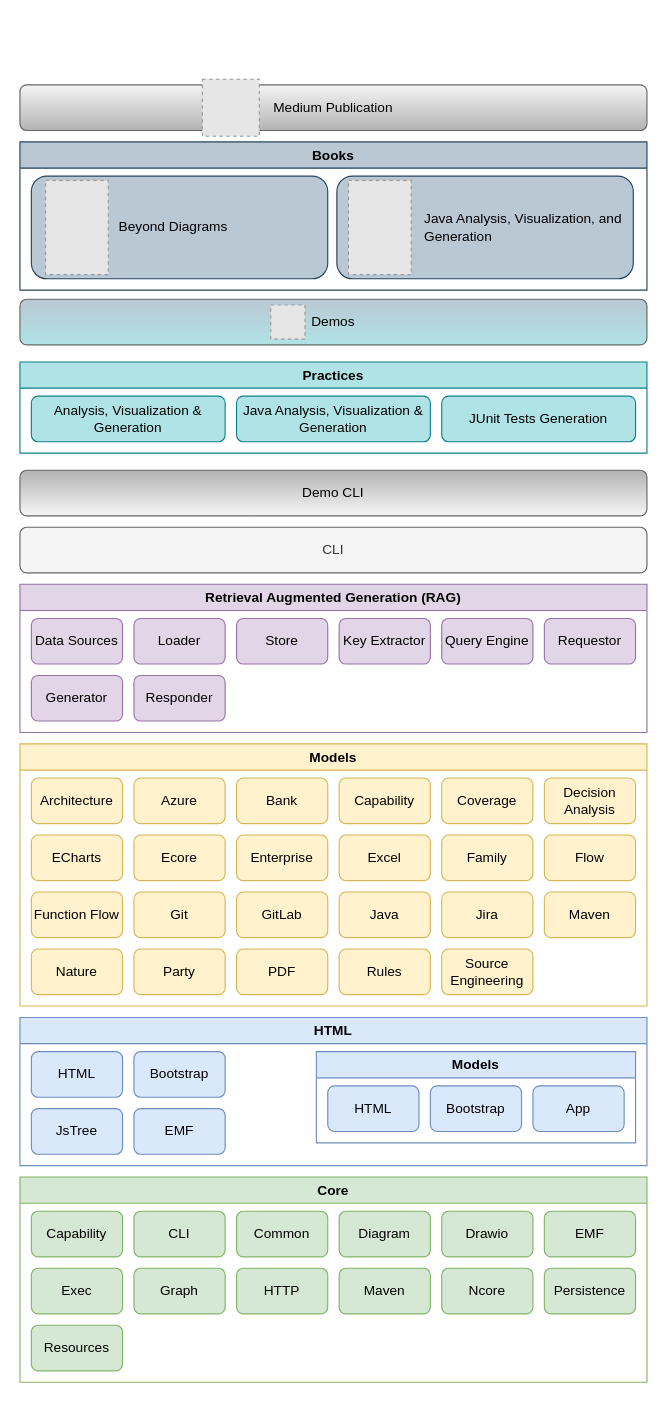
Nasdanika/nasdanika.github.io keeps this draw.io diagram as model/nasdanika.drawio. Above is the earlier version. Source tidied: cells renumbered, new cells numbered last; positions are measured from the earlier drawing's top-left corner, leaving out a move shared by most shapes. Both pictures are drawn from the tidied source at 114%, with x=0, y=0 at pixel (19, 79). Pictures stored in the file or linked from it are replaced by grey dashed boxes.
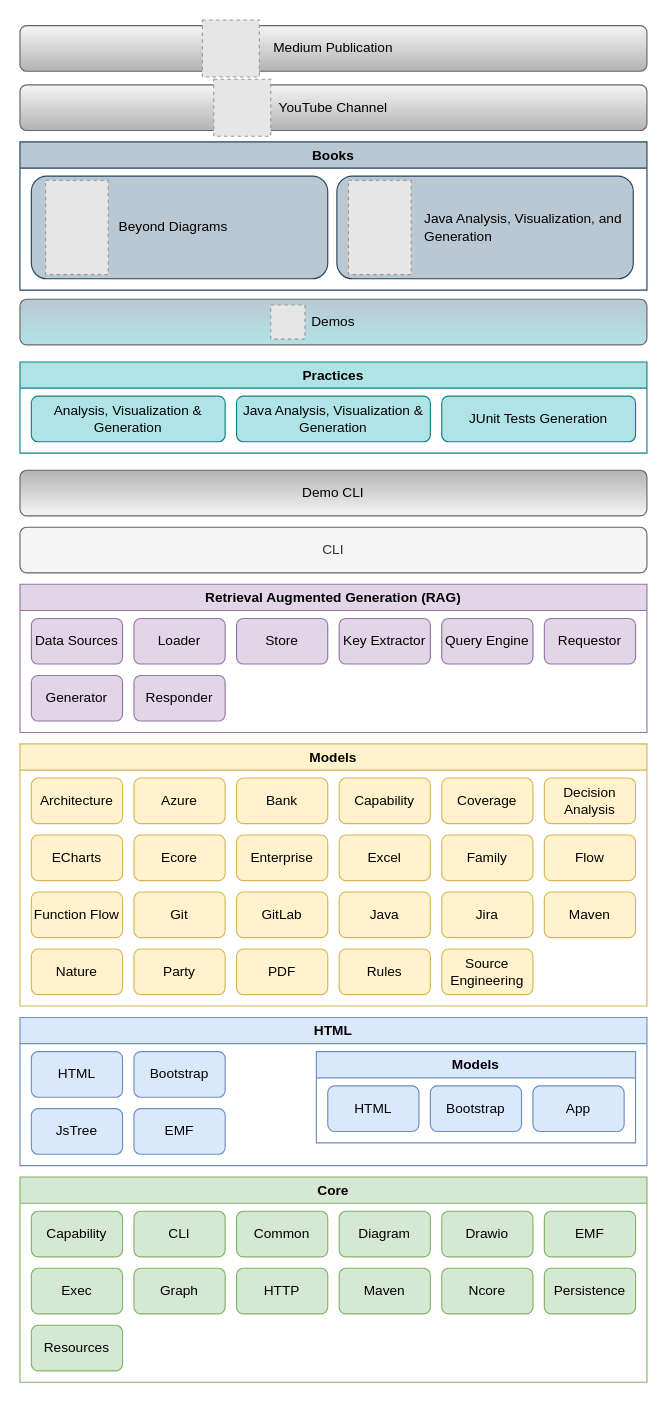
After the change.

The edit, as a diff of the source:
```diff
@@
-    <mxCell id="68" value="Medium Publication" style="rounded=1;whiteSpace=wrap;html=1;fillColor=#f5f5f5;strokeColor=#666666;gradientColor=#b3b3b3;" parent="1" vertex="1">
+    <mxCell id="68" value="YouTube Channel" style="rounded=1;whiteSpace=wrap;html=1;fillColor=#f5f5f5;strokeColor=#666666;gradientColor=#b3b3b3;" parent="1" vertex="1">
       <mxGeometry y="5" width="550" height="40" as="geometry" />
     </mxCell>
-    <mxCell id="69" style="fillColor=#E6E6E6;strokeColor=#999999;dashed=1;verticalLabelPosition=bottom;labelBackgroundColor=default;verticalAlign=top;" parent="1" vertex="1">
-      <mxGeometry x="160" width="50" height="50" as="geometry" />
-    </mxCell>
@@
+    <mxCell id="73" value="Medium Publication" style="rounded=1;whiteSpace=wrap;html=1;fillColor=#f5f5f5;strokeColor=#666666;gradientColor=#b3b3b3;" parent="1" vertex="1">
+      <mxGeometry y="-47" width="550" height="40" as="geometry" />
+    </mxCell>
+    <mxCell id="69" style="fillColor=#E6E6E6;strokeColor=#999999;dashed=1;verticalLabelPosition=bottom;labelBackgroundColor=default;verticalAlign=top;" parent="1" vertex="1">
+      <mxGeometry x="160" y="-52" width="50" height="50" as="geometry" />
+    </mxCell>
+    <mxCell id="74" style="fillColor=#E6E6E6;strokeColor=#999999;dashed=1;verticalLabelPosition=bottom;labelBackgroundColor=default;verticalAlign=top;" parent="1" vertex="1">
+      <mxGeometry x="170" width="50" height="50" as="geometry" />
+    </mxCell>
```
